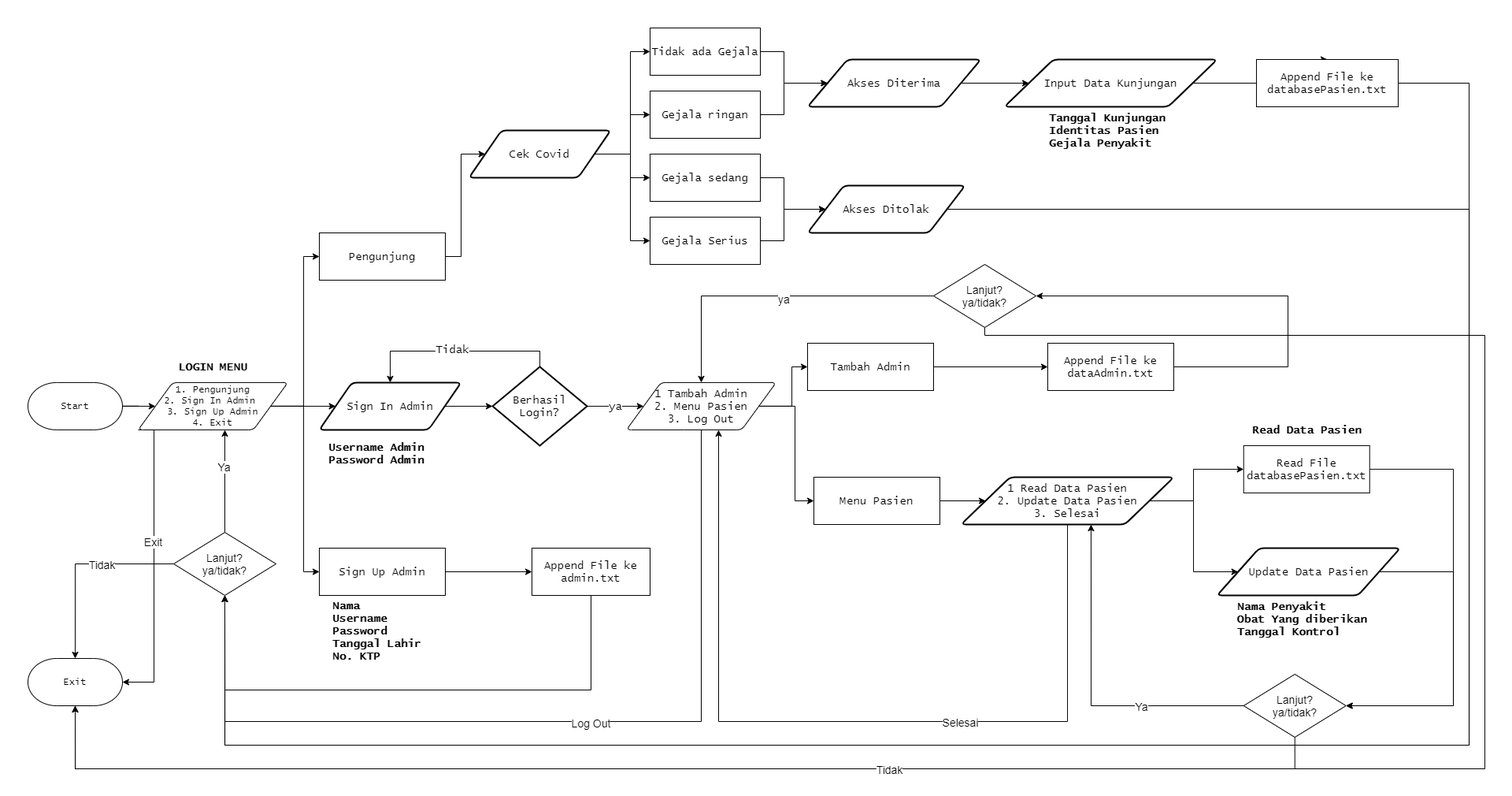
This is Flowchart3.png from kuroyamii/final-project-collaboration, a draw.io export, as it was before one commit. Source tidied: cells renumbered, new cells last; positions are measured from the earlier drawing's top-left corner, leaving out a move shared by most shapes.
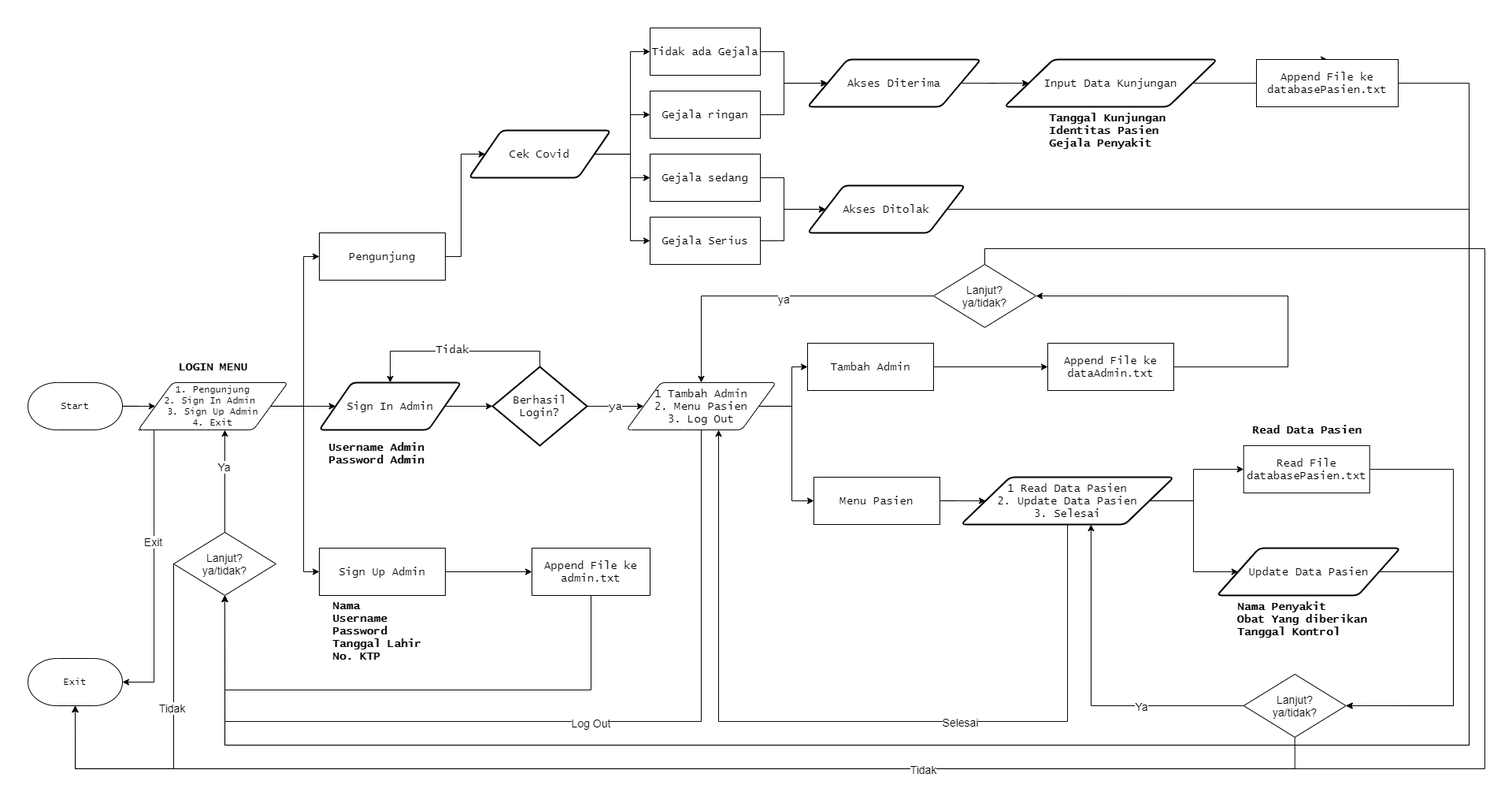
The same file after the commit.

Change to the diagram source:
```diff
@@ -195,7 +195,12 @@
       <mxGeometry relative="1" as="geometry" />
     </mxCell>
     <mxCell id="49" style="edgeStyle=orthogonalEdgeStyle;rounded=0;jettySize=auto;html=1;entryX=0;entryY=0.5;entryDx=0;entryDy=0;fontFamily=Lucida Console;fontSize=14;" parent="1" edge="1" source="52" target="54">
-      <mxGeometry relative="1" as="geometry" />
+      <mxGeometry relative="1" as="geometry">
+        <Array as="points">
+          <mxPoint x="970" y="480" />
+          <mxPoint x="970" y="600" />
+        </Array>
+      </mxGeometry>
     </mxCell>
     <mxCell id="50" style="edgeStyle=orthogonalEdgeStyle;rounded=0;jettySize=auto;html=1;entryX=0.5;entryY=1;entryDx=0;entryDy=0;fontSize=14;" parent="1" edge="1" source="52" target="84">
       <mxGeometry relative="1" as="geometry">
@@ -325,11 +330,11 @@
     <mxCell id="76" value="ya" style="edgeLabel;html=1;align=center;verticalAlign=middle;fontSize=14;" parent="75" vertex="1">
       <mxGeometry x="-0.06" y="3" relative="1" as="geometry" />
     </mxCell>
-    <mxCell id="77" style="edgeStyle=orthogonalEdgeStyle;rounded=0;jettySize=auto;html=1;entryX=0.5;entryY=1;entryDx=0;entryDy=0;entryPerimeter=0;fontSize=14;exitX=0.5;exitY=1;exitDx=0;exitDy=0;" parent="1" edge="1" source="79" target="70">
+    <mxCell id="77" style="edgeStyle=orthogonalEdgeStyle;rounded=0;jettySize=auto;html=1;entryX=0.5;entryY=1;entryDx=0;entryDy=0;entryPerimeter=0;fontSize=14;exitX=0.5;exitY=0;exitDx=0;exitDy=0;" parent="1" edge="1" source="79" target="70">
       <mxGeometry relative="1" as="geometry">
         <Array as="points">
-          <mxPoint x="1215" y="390" />
-          <mxPoint x="1850" y="390" />
+          <mxPoint x="1215" y="280" />
+          <mxPoint x="1850" y="280" />
           <mxPoint x="1850" y="940" />
           <mxPoint x="60" y="940" />
         </Array>
@@ -347,15 +352,16 @@
     <mxCell id="81" value="Ya" style="edgeLabel;html=1;align=center;verticalAlign=middle;fontSize=14;" parent="80" vertex="1">
       <mxGeometry x="0.28" y="2" relative="1" as="geometry" />
     </mxCell>
-    <mxCell id="82" style="edgeStyle=orthogonalEdgeStyle;rounded=0;jettySize=auto;html=1;entryX=0.5;entryY=0;entryDx=0;entryDy=0;entryPerimeter=0;fontSize=14;" parent="1" edge="1" source="84" target="70">
+    <mxCell id="82" style="edgeStyle=orthogonalEdgeStyle;rounded=0;jettySize=auto;html=1;exitX=0;exitY=0.5;exitDx=0;exitDy=0;entryX=0.5;entryY=1;entryDx=0;entryDy=0;entryPerimeter=0;fontSize=14;" parent="1" edge="1" source="84" target="70">
       <mxGeometry relative="1" as="geometry">
         <Array as="points">
-          <mxPoint x="60" y="680" />
+          <mxPoint x="185" y="940" />
+          <mxPoint x="60" y="940" />
         </Array>
       </mxGeometry>
     </mxCell>
     <mxCell id="83" value="Tidak" style="edgeLabel;html=1;align=center;verticalAlign=middle;fontSize=14;" parent="82" vertex="1">
-      <mxGeometry x="-0.25" relative="1" as="geometry" />
+      <mxGeometry x="-0.21" y="-3" relative="1" as="geometry" />
     </mxCell>
     <mxCell id="84" value="Lanjut?&lt;br&gt;ya/tidak?" style="rhombus;whiteSpace=wrap;html=1;fontSize=14;" parent="1" vertex="1">
       <mxGeometry x="185" y="640" width="130" height="80" as="geometry" />
```
